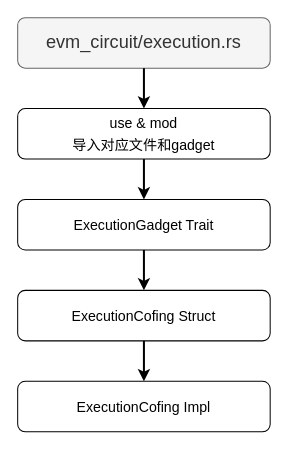
Before: zkevm/EVM-circuit & execution.rs.drawio in 0xyicheng/a-research-diagram, a draw.io diagram. Source tidied: cells renumbered, new cells numbered last; positions are measured from the earlier drawing's top-left corner, leaving out a move shared by most shapes. Both pictures are drawn from the tidied source at 101%, with x=0, y=0 at pixel (17, 17).
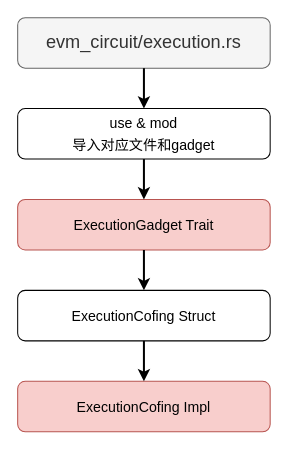
After the change.

What changed in the source:
```diff
@@
 <mxGraphModel>
   <root>
     <mxCell id="0" />
     <mxCell id="1" parent="0" />
     <mxCell id="2" value="&lt;font style=&quot;font-size: 18px;&quot;&gt;evm_circuit/execution.rs&lt;/font&gt;" style="rounded=1;whiteSpace=wrap;html=1;fillColor=#f5f5f5;fontColor=#333333;strokeColor=#666666;" parent="1" vertex="1">
       <mxGeometry width="250" height="50" as="geometry" />
     </mxCell>
     <mxCell id="3" value="&lt;font style=&quot;font-size: 14px;&quot;&gt;use &amp;amp; mod&lt;br&gt;导入对应文件和gadget&lt;/font&gt;" style="rounded=1;whiteSpace=wrap;html=1;fontSize=18;" parent="1" vertex="1">
       <mxGeometry y="90" width="250" height="50" as="geometry" />
     </mxCell>
-    <mxCell id="4" value="&lt;span style=&quot;font-size: 14px;&quot;&gt;ExecutionGadget Trait&lt;/span&gt;" style="rounded=1;whiteSpace=wrap;html=1;fontSize=18;" parent="1" vertex="1">
+    <mxCell id="4" value="&lt;span style=&quot;font-size: 14px;&quot;&gt;ExecutionGadget Trait&lt;/span&gt;" style="rounded=1;whiteSpace=wrap;html=1;fontSize=18;fillColor=#f8cecc;strokeColor=#b85450;" parent="1" vertex="1">
       <mxGeometry y="180" width="250" height="50" as="geometry" />
     </mxCell>
     <mxCell id="5" value="&lt;span style=&quot;font-size: 14px;&quot;&gt;ExecutionCofing Struct&lt;/span&gt;" style="rounded=1;whiteSpace=wrap;html=1;fontSize=18;" parent="1" vertex="1">
       <mxGeometry y="270" width="250" height="50" as="geometry" />
     </mxCell>
-    <mxCell id="6" value="&lt;span style=&quot;font-size: 14px;&quot;&gt;ExecutionCofing Impl&lt;/span&gt;" style="rounded=1;whiteSpace=wrap;html=1;fontSize=18;" parent="1" vertex="1">
+    <mxCell id="6" value="&lt;span style=&quot;font-size: 14px;&quot;&gt;ExecutionCofing Impl&lt;/span&gt;" style="rounded=1;whiteSpace=wrap;html=1;fontSize=18;fillColor=#f8cecc;strokeColor=#b85450;" parent="1" vertex="1">
       <mxGeometry y="360" width="250" height="50" as="geometry" />
     </mxCell>
     <mxCell id="7" style="endArrow=classic;html=1;rounded=0;fontSize=14;strokeWidth=2;exitX=0.5;exitY=1;exitDx=0;exitDy=0;entryX=0.5;entryY=0;entryDx=0;entryDy=0;" parent="1" edge="1" source="2" target="3">
       <mxGeometry relative="1" as="geometry" />
     </mxCell>
     <mxCell id="8" style="endArrow=classic;html=1;rounded=0;fontSize=14;strokeWidth=2;exitX=0.5;exitY=1;exitDx=0;exitDy=0;entryX=0.5;entryY=0;entryDx=0;entryDy=0;" parent="1" edge="1" source="3" target="4">
       <mxGeometry relative="1" as="geometry" />
     </mxCell>
     <mxCell id="9" style="endArrow=classic;html=1;rounded=0;fontSize=14;strokeWidth=2;exitX=0.5;exitY=1;exitDx=0;exitDy=0;entryX=0.5;entryY=0;entryDx=0;entryDy=0;" parent="1" edge="1" source="4" target="5">
       <mxGeometry relative="1" as="geometry" />
     </mxCell>
     <mxCell id="10" style="endArrow=classic;html=1;rounded=0;fontSize=14;strokeWidth=2;exitX=0.5;exitY=1;exitDx=0;exitDy=0;entryX=0.5;entryY=0;entryDx=0;entryDy=0;" parent="1" edge="1" source="5" target="6">
       <mxGeometry relative="1" as="geometry" />
     </mxCell>
   </root>
 </mxGraphModel>
```
